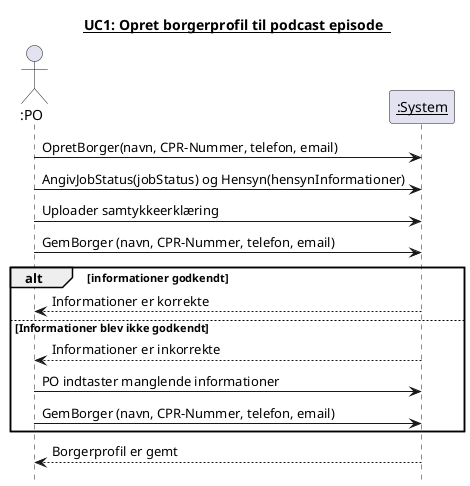
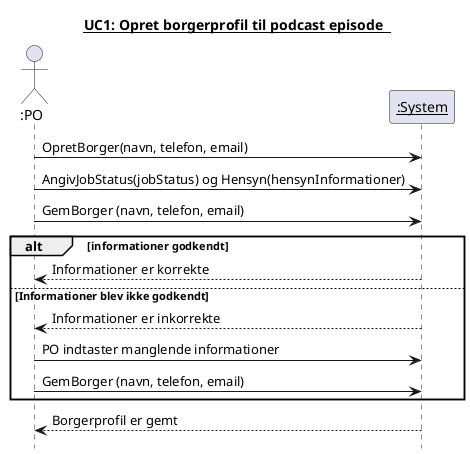
@startuml SSD
title <u>UC1: Opret borgerprofil til podcast episode  </u>

Actor ":PO" as PO
participant "<u>:System</u>" as System

- PO -> System: OpretBorger(navn, CPR-Nummer, telefon, email)
+ PO -> System: OpretBorger(navn, telefon, email)
PO -> System: AngivJobStatus(jobStatus) og Hensyn(hensynInformationer)
- PO -> System: Uploader samtykkeerklæring
- PO -> System: GemBorger (navn, CPR-Nummer, telefon, email)
+ PO -> System: GemBorger (navn, telefon, email)

alt informationer godkendt
System --> PO: Informationer er korrekte

else Informationer blev ikke godkendt

System --> PO: Informationer er inkorrekte
PO -> System: PO indtaster manglende informationer
- PO -> System: GemBorger (navn, CPR-Nummer, telefon, email)
+ PO -> System: GemBorger (navn, telefon, email)
end
System --> PO: Borgerprofil er gemt


hide footbox

@enduml